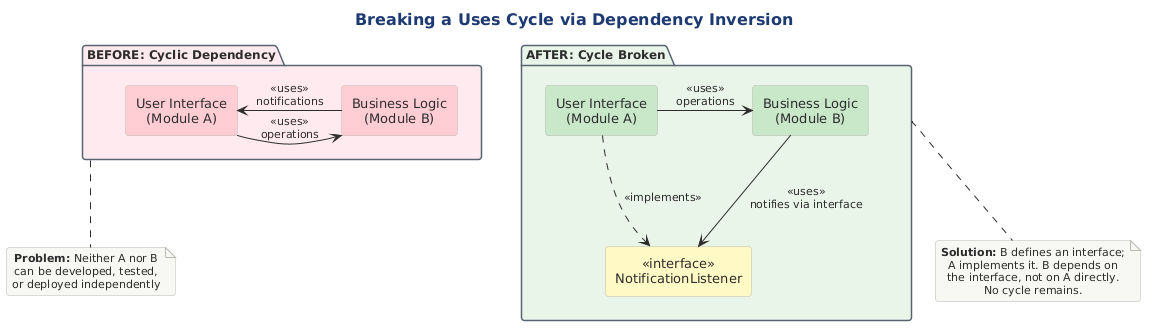
Notoriousjayy/latex-docs keeps this PlantUML diagram as src/architecture/views-and-beyond/style-catalogs/module/uses-style/png/breaking-uses-cycle-via-dependency-inversion.png. Above is the earlier version.
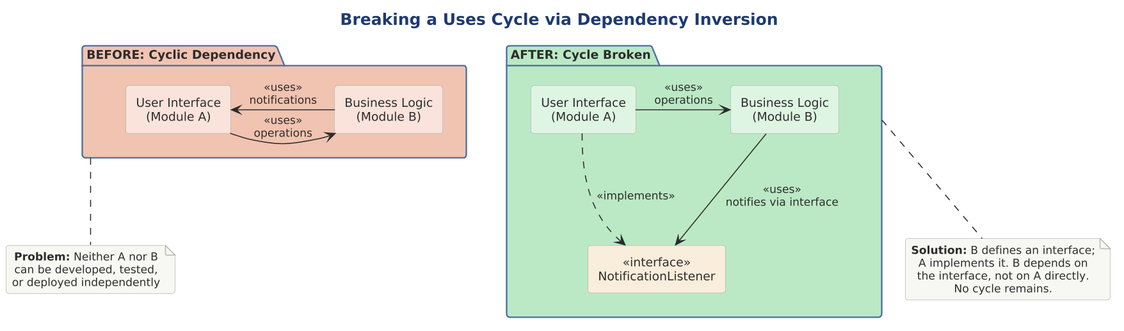
After the change.

What changed in the source:
```diff
@@ -1,17 +1,17 @@
 @startuml
 
-skinparam RectangleBorderColor #2C3E50
+skinparam dpi 150
+
+
+
+
 !include ../../../../../../tooling/styles/plantuml/structural/package-diagram-style.iuml
-
-skinparam RectangleFontSize 13
-skinparam PackageBorderColor #566573
-skinparam PackageBackgroundColor #FAFAFA
 
 title Breaking a Uses Cycle via Dependency Inversion
 
-package "BEFORE: Cyclic Dependency" as BEFORE #FFEBEE {
-  rectangle "User Interface\n(Module A)" as A1 #FFCDD2
-  rectangle "Business Logic\n(Module B)" as B1 #FFCDD2
+package "BEFORE: Cyclic Dependency" as BEFORE $deep_invalid {
+  rectangle "User Interface\n(Module A)" as A1 $fill_invalid
+  rectangle "Business Logic\n(Module B)" as B1 $fill_invalid
 
   A1 -right-> B1 : <<uses>>\noperations
   B1 -left-> A1 : <<uses>>\nnotifications
@@ -23,10 +23,10 @@
   or deployed independently
 end note
 
-package "AFTER: Cycle Broken" as AFTER #E8F5E9 {
-  rectangle "User Interface\n(Module A)" as A2 #C8E6C9
-  rectangle "<<interface>>\nNotificationListener" as IF #FFF9C4
-  rectangle "Business Logic\n(Module B)" as B2 #C8E6C9
+package "AFTER: Cycle Broken" as AFTER $deep_ok {
+  rectangle "User Interface\n(Module A)" as A2 $fill_ok
+  rectangle "<<interface>>\nNotificationListener" as IF $fill_caution
+  rectangle "Business Logic\n(Module B)" as B2 $fill_ok
 
   A2 -right-> B2 : <<uses>>\noperations
   B2 -down-> IF : <<uses>>\nnotifies via interface
```
